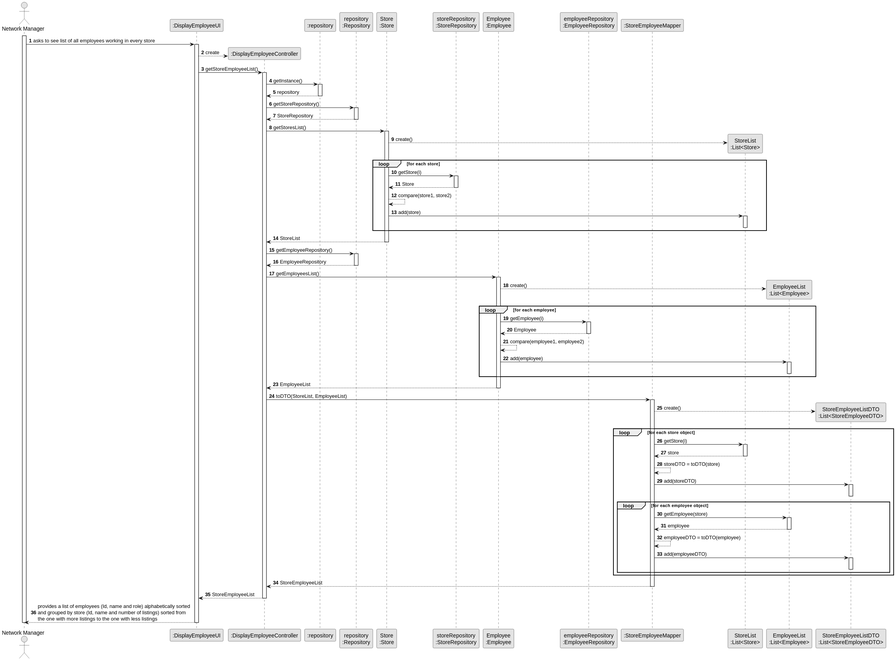
Above: docs/sprintD/US13/03.design/svg/us13-sequence-diagram-full.svg in PureNimble/ISEP-LAPR2 (PlantUML), before the change. The source it was exported from:
```plantuml
@startuml
skinparam monochrome true
skinparam packageStyle rectangle
skinparam shadowing false

autonumber

actor "Network Manager" as Manager
participant ":DisplayEmployeeUI" as DisplayEmployeeUI
participant ":DisplayEmployeeController" as DisplayEmployeeController
participant ":repository" as RepositorySingleton
participant "repository\n:Repository" as repository
participant "Store\n:Store" as Store
participant "storeRepository\n:StoreRepository" as StoreRepository
participant "Employee\n:Employee" as Employee
participant "employeeRepository\n:EmployeeRepository" as EmployeeRepository
participant ":StoreEmployeeMapper" as StoreEmployeeMapper
participant "StoreList\n:List<Store>" as StoreList
participant "EmployeeList\n:List<Employee>" as EmployeeList
participant "StoreEmployeeListDTO\n:List<StoreEmployeeDTO>" as StoreEmployeeList

activate Manager

    Manager -> DisplayEmployeeUI : asks to see list of all employees working in every store
    activate DisplayEmployeeUI

    create DisplayEmployeeController
    DisplayEmployeeUI --> DisplayEmployeeController** : create

    DisplayEmployeeUI -> DisplayEmployeeController : getStoreEmployeeList()
        activate DisplayEmployeeController

    DisplayEmployeeController -> RepositorySingleton : getInstance()
        activate RepositorySingleton

                RepositorySingleton --> DisplayEmployeeController : repository

            deactivate RepositorySingleton

            DisplayEmployeeController -> repository : getStoreRepository()

            activate repository

                repository --> DisplayEmployeeController : StoreRepository

            deactivate repository

                DisplayEmployeeController -> Store : getStoresList()
                activate Store

                create StoreList
                Store --> StoreList** : create()

                    loop for each store

                        Store -> StoreRepository : getStore(i)
                        activate StoreRepository
                        StoreRepository --> Store : Store
                        deactivate StoreRepository

                        Store --> Store : compare(store1, store2)

                        Store -> StoreList : add(store)
                        activate StoreList
                        deactivate StoreList

                    end

                Store --> DisplayEmployeeController : StoreList

                deactivate Store

                DisplayEmployeeController -> repository : getEmployeeRepository()
                    activate repository

                        repository --> DisplayEmployeeController : EmployeeRepository
                    deactivate repository

                DisplayEmployeeController -> Employee : getEmployeesList()
                activate Employee

                create EmployeeList
                Employee --> EmployeeList** : create()

                    loop for each employee

                        Employee -> EmployeeRepository : getEmployee(i)
                        activate EmployeeRepository
                        EmployeeRepository --> Employee : Employee
                        deactivate EmployeeRepository
                        Employee --> Employee : compare(employee1, employee2)
                        Employee -> EmployeeList : add(employee)
                        activate EmployeeList
                        deactivate EmployeeList

                    end

                Employee --> DisplayEmployeeController : EmployeeList
                deactivate Employee

                DisplayEmployeeController -> StoreEmployeeMapper : toDTO(StoreList, EmployeeList)
                activate StoreEmployeeMapper

                create StoreEmployeeList
                StoreEmployeeMapper --> StoreEmployeeList** : create()

                loop for each store object

                    StoreEmployeeMapper -> StoreList : getStore(i)
                    activate StoreList
                    StoreList --> StoreEmployeeMapper : store
                    deactivate StoreList

                    StoreEmployeeMapper --> StoreEmployeeMapper : storeDTO = toDTO(store)

                    StoreEmployeeMapper -> StoreEmployeeList : add(storeDTO)
                    activate StoreEmployeeList
                    deactivate StoreEmployeeList

                    loop for each employee object

                        StoreEmployeeMapper -> EmployeeList : getEmployee(store)
                        activate EmployeeList
                        EmployeeList --> StoreEmployeeMapper : employee
                        deactivate EmployeeList
                        StoreEmployeeMapper --> StoreEmployeeMapper : employeeDTO = toDTO(employee)
                        StoreEmployeeMapper -> StoreEmployeeList : add(employeeDTO)
                        activate StoreEmployeeList
                        deactivate StoreEmployeeList

                    end

                end

                StoreEmployeeMapper --> DisplayEmployeeController : StoreEmployeeList
                deactivate StoreEmployeeMapper

                DisplayEmployeeController --> DisplayEmployeeUI : StoreEmployeeList
                deactivate DisplayEmployeeController

    DisplayEmployeeUI --> Manager : provides a list of employees (Id, name and role) alphabetically sorted\nand grouped by store (Id, name and number of listings) sorted from \nthe one with more listings to the one with less listings
    deactivate DisplayEmployeeUI

    deactivate DisplayEmployeeController

deactivate Manager

@enduml
```
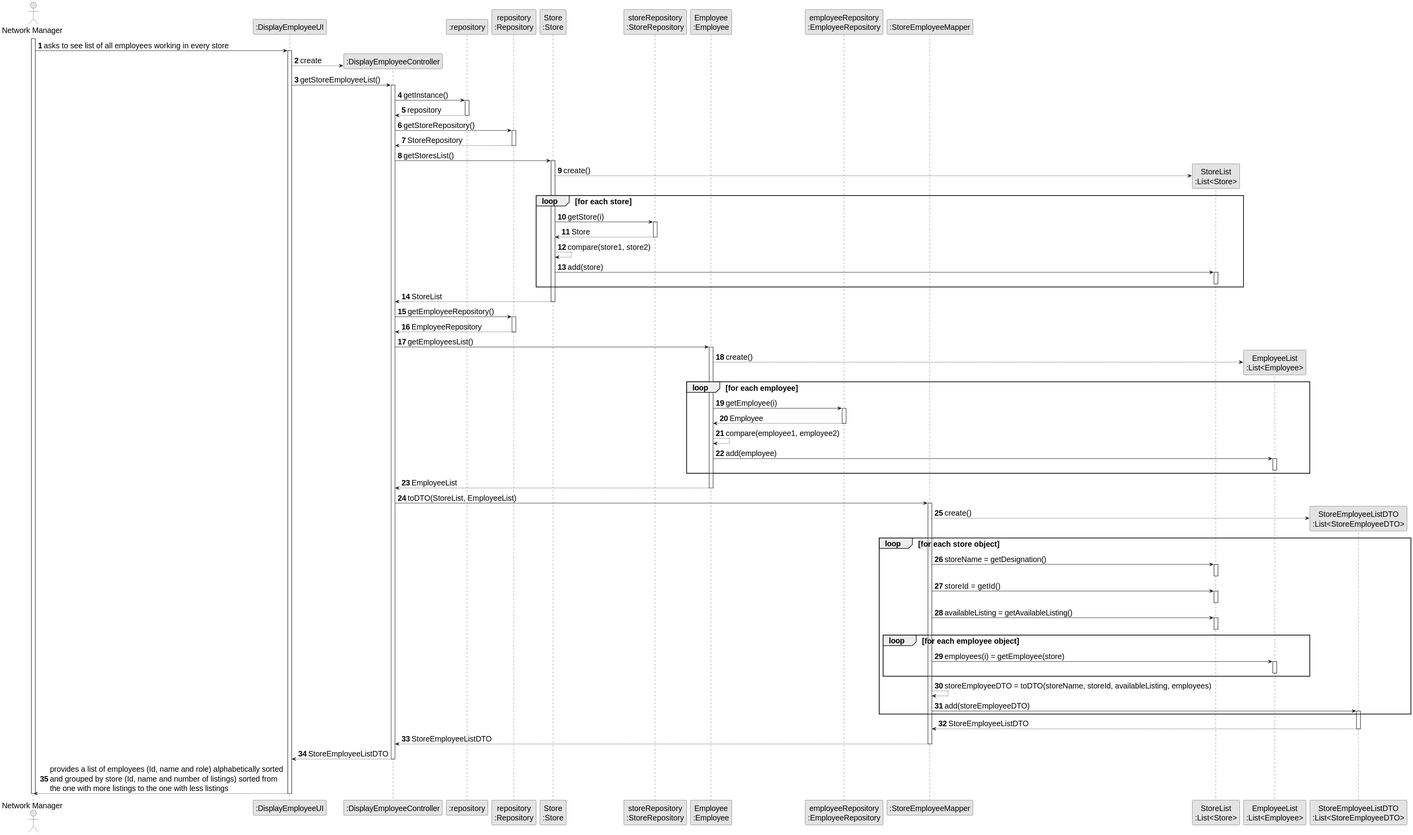
After the change.

Change to the diagram source:
```diff
@@ -1,4 +1,5 @@
 @startuml
+skinparamlocked defaultFontSize 20
 skinparam monochrome true
 skinparam packageStyle rectangle
 skinparam shadowing false
@@ -106,36 +107,36 @@
 
                 loop for each store object
 
-                    StoreEmployeeMapper -> StoreList : getStore(i)
+                    StoreEmployeeMapper -> StoreList : storeName = getDesignation()
                     activate StoreList
-                    StoreList --> StoreEmployeeMapper : store
                     deactivate StoreList
 
-                    StoreEmployeeMapper --> StoreEmployeeMapper : storeDTO = toDTO(store)
+                    StoreEmployeeMapper -> StoreList : storeId = getId()
+                    activate StoreList
+                    deactivate StoreList
 
-                    StoreEmployeeMapper -> StoreEmployeeList : add(storeDTO)
-                    activate StoreEmployeeList
-                    deactivate StoreEmployeeList
+                    StoreEmployeeMapper -> StoreList : availableListing = getAvailableListing()
+                    activate StoreList
+                    deactivate StoreList
 
                     loop for each employee object
 
-                        StoreEmployeeMapper -> EmployeeList : getEmployee(store)
+                        StoreEmployeeMapper -> EmployeeList : employees(i) = getEmployee(store)
                         activate EmployeeList
-                        EmployeeList --> StoreEmployeeMapper : employee
                         deactivate EmployeeList
-                        StoreEmployeeMapper --> StoreEmployeeMapper : employeeDTO = toDTO(employee)
-                        StoreEmployeeMapper -> StoreEmployeeList : add(employeeDTO)
-                        activate StoreEmployeeList
-                        deactivate StoreEmployeeList
-
                     end
 
+                    StoreEmployeeMapper --> StoreEmployeeMapper : storeEmployeeDTO = toDTO(storeName, storeId, availableListing, employees)
+                    StoreEmployeeMapper -> StoreEmployeeList : add(storeEmployeeDTO)
+                    activate StoreEmployeeList
                 end
+                StoreEmployeeList --> StoreEmployeeMapper : StoreEmployeeListDTO
+                deactivate StoreEmployeeList
 
-                StoreEmployeeMapper --> DisplayEmployeeController : StoreEmployeeList
+                StoreEmployeeMapper --> DisplayEmployeeController : StoreEmployeeListDTO
                 deactivate StoreEmployeeMapper
 
-                DisplayEmployeeController --> DisplayEmployeeUI : StoreEmployeeList
+                DisplayEmployeeController --> DisplayEmployeeUI : StoreEmployeeListDTO
                 deactivate DisplayEmployeeController
 
     DisplayEmployeeUI --> Manager : provides a list of employees (Id, name and role) alphabetically sorted\nand grouped by store (Id, name and number of listings) sorted from \nthe one with more listings to the one with less listings
@@ -144,5 +145,4 @@
     deactivate DisplayEmployeeController
 
 deactivate Manager
-
 @enduml
```
